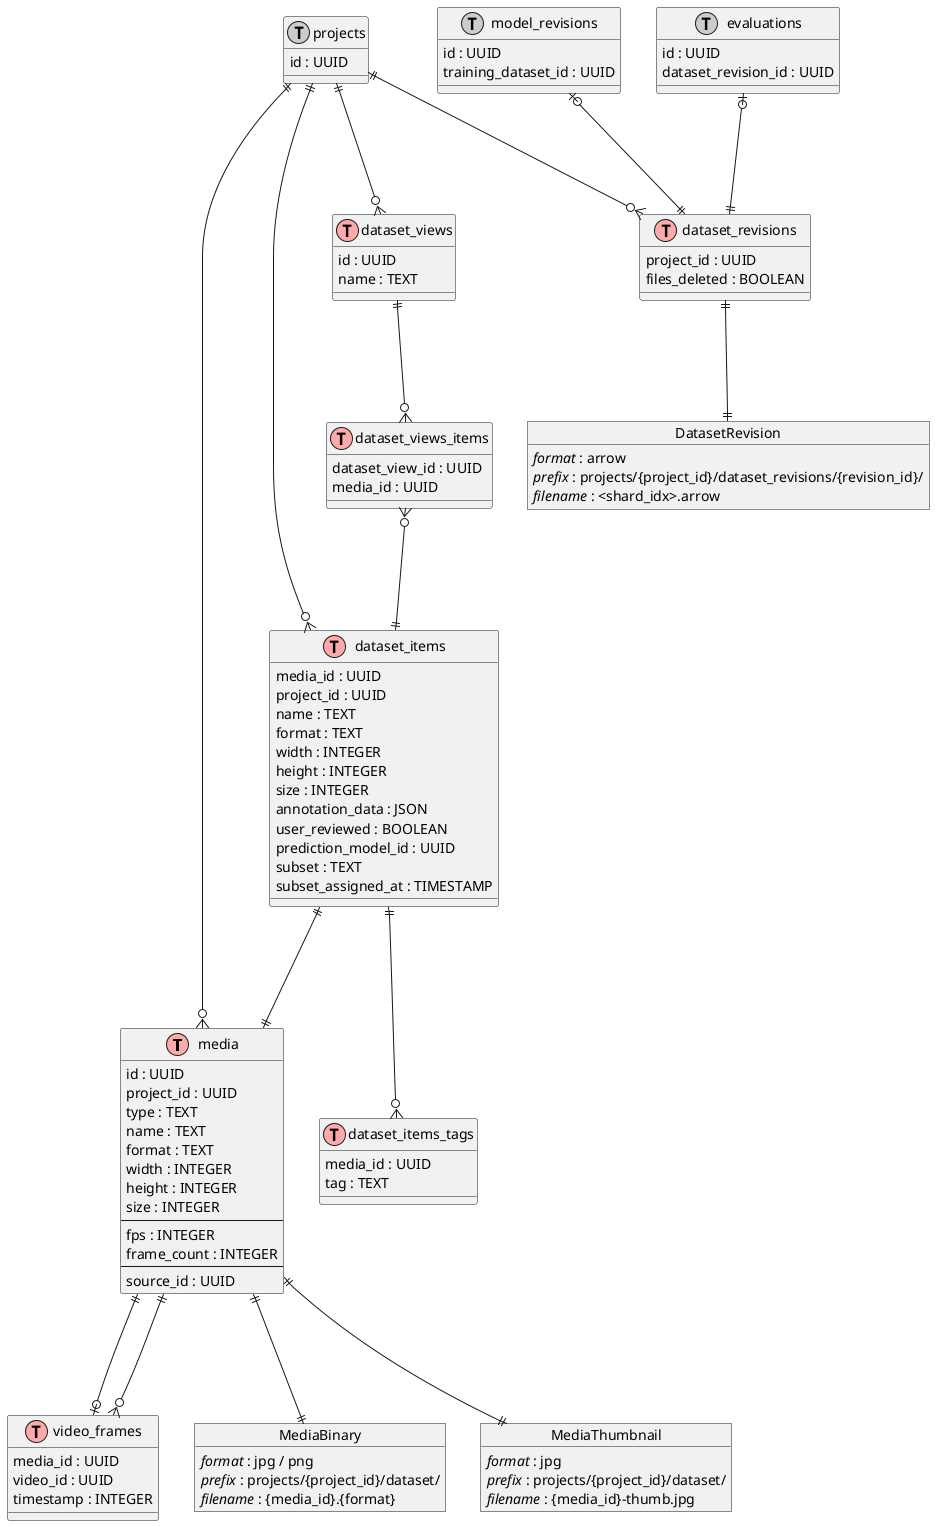
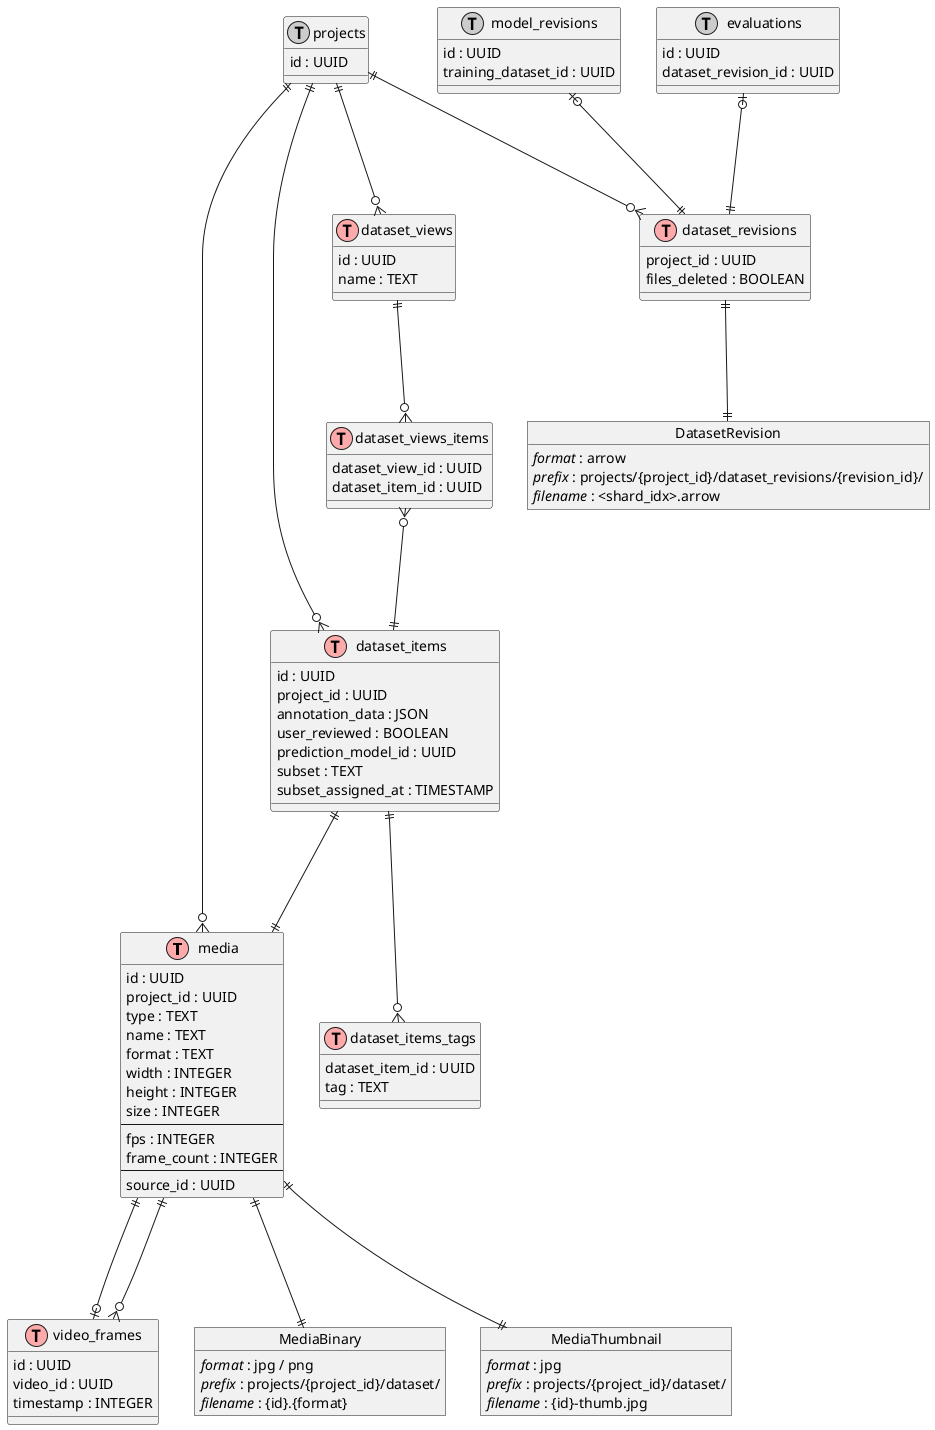
@startuml

' Media related tables

class media << (T,#FFAAAA) >> {
  id : UUID
  project_id : UUID
  type : TEXT
  name : TEXT
  format : TEXT
  width : INTEGER
  height : INTEGER
  size : INTEGER
  --
  fps : INTEGER
  frame_count : INTEGER
  --
  source_id : UUID
}

class video_frames << (T,#FFAAAA) >> {
-   media_id : UUID
+   id : UUID
  video_id : UUID
  timestamp : INTEGER
}

' Dataset-related tables
class dataset_items << (T,#FFAAAA) >> {
-   media_id : UUID
+   id : UUID
  project_id : UUID
-   name : TEXT
-   format : TEXT
-   width : INTEGER
-   height : INTEGER
-   size : INTEGER
  annotation_data : JSON
  user_reviewed : BOOLEAN
  prediction_model_id : UUID
  subset : TEXT
  subset_assigned_at : TIMESTAMP
}

class dataset_items_tags << (T,#FFAAAA) >> {
-   media_id : UUID
+   dataset_item_id : UUID
  tag : TEXT
}

dataset_items ||---o{ dataset_items_tags

class dataset_views << (T,#FFAAAA) >> {
  id : UUID
  name : TEXT
}

class dataset_views_items << (T,#FFAAAA) >> {
  dataset_view_id : UUID
-   media_id : UUID
+   dataset_item_id : UUID
}

dataset_views ||---o{ dataset_views_items

dataset_views_items }o---|| dataset_items

class dataset_revisions << (T,#FFAAAA) >> {
  project_id : UUID
  files_deleted : BOOLEAN
}

object MediaBinary {
  <i>format</i> : jpg / png
  <i>prefix</i> : projects/{project_id}/dataset/
-   <i>filename</i> : {media_id}.{format}
+   <i>filename</i> : {id}.{format}
}

object MediaThumbnail {
  <i>format</i> : jpg
  <i>prefix</i> : projects/{project_id}/dataset/
-   <i>filename</i> : {media_id}-thumb.jpg
+   <i>filename</i> : {id}-thumb.jpg
}

object DatasetRevision {
  <i>format</i> : arrow
  <i>prefix</i> : projects/{project_id}/dataset_revisions/{revision_id}/
  <i>filename</i> : <shard_idx>.arrow
}

dataset_revisions ||---|| DatasetRevision

' Related non-dataset tables (only foreign keys)
class projects << (T,#CCCCCC) >> {
  id : UUID
}

projects ||---o{ dataset_items
projects ||---o{ dataset_views
projects ||---o{ dataset_revisions
projects ||---o{ media

dataset_items ||---|| media


media ||---o| video_frames
media ||---o{ video_frames
media ||---|| MediaBinary
media ||---|| MediaThumbnail

class model_revisions << (T,#CCCCCC) >> {
  id : UUID
  training_dataset_id : UUID
}

model_revisions |o---|| dataset_revisions

class evaluations << (T,#CCCCCC) >> {
  id : UUID
  dataset_revision_id : UUID
}

evaluations |o---|| dataset_revisions

@enduml
